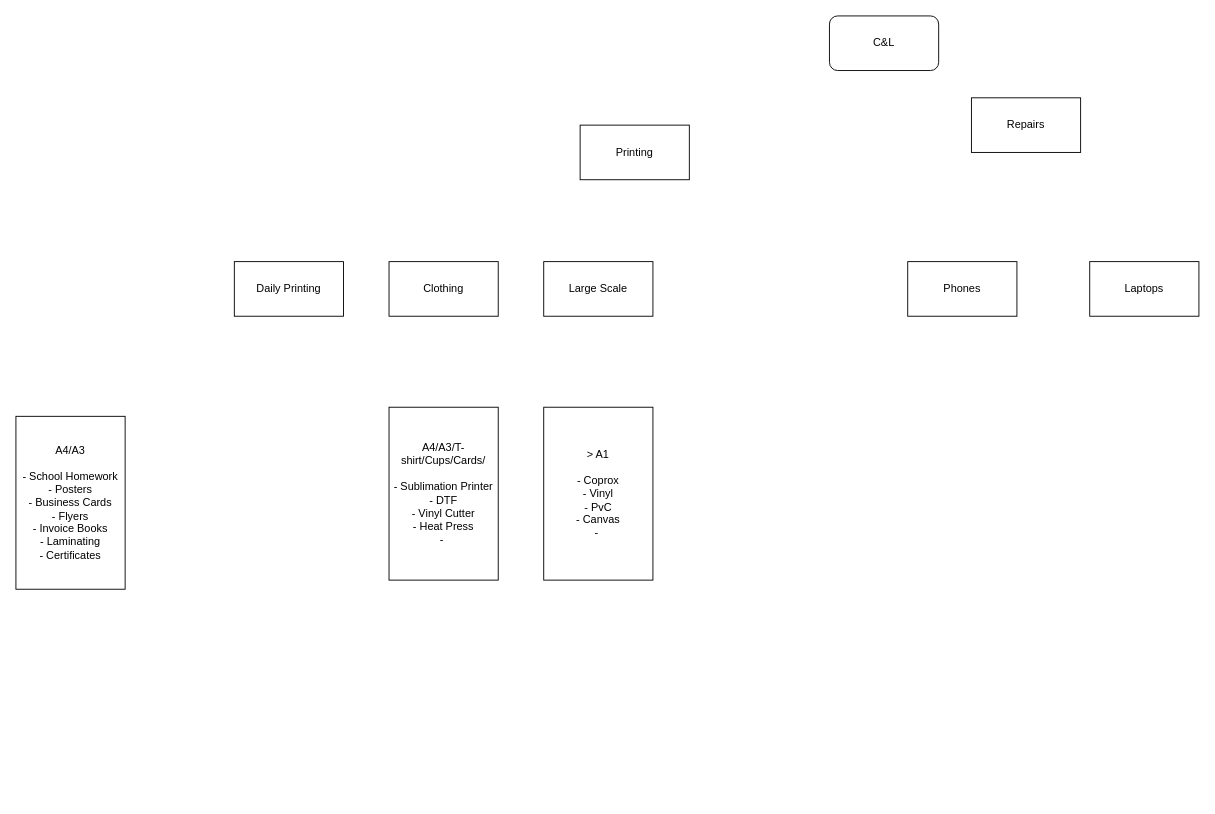
Before: Untitled Diagram.drawio in ChesterEucrine/upload, a draw.io diagram. Source tidied: cells renumbered, new cells numbered last; positions are measured from the earlier drawing's top-left corner, leaving out a move shared by most shapes. Both pictures are drawn from the tidied source at 91%, with x=0, y=0 at pixel (15, 15).
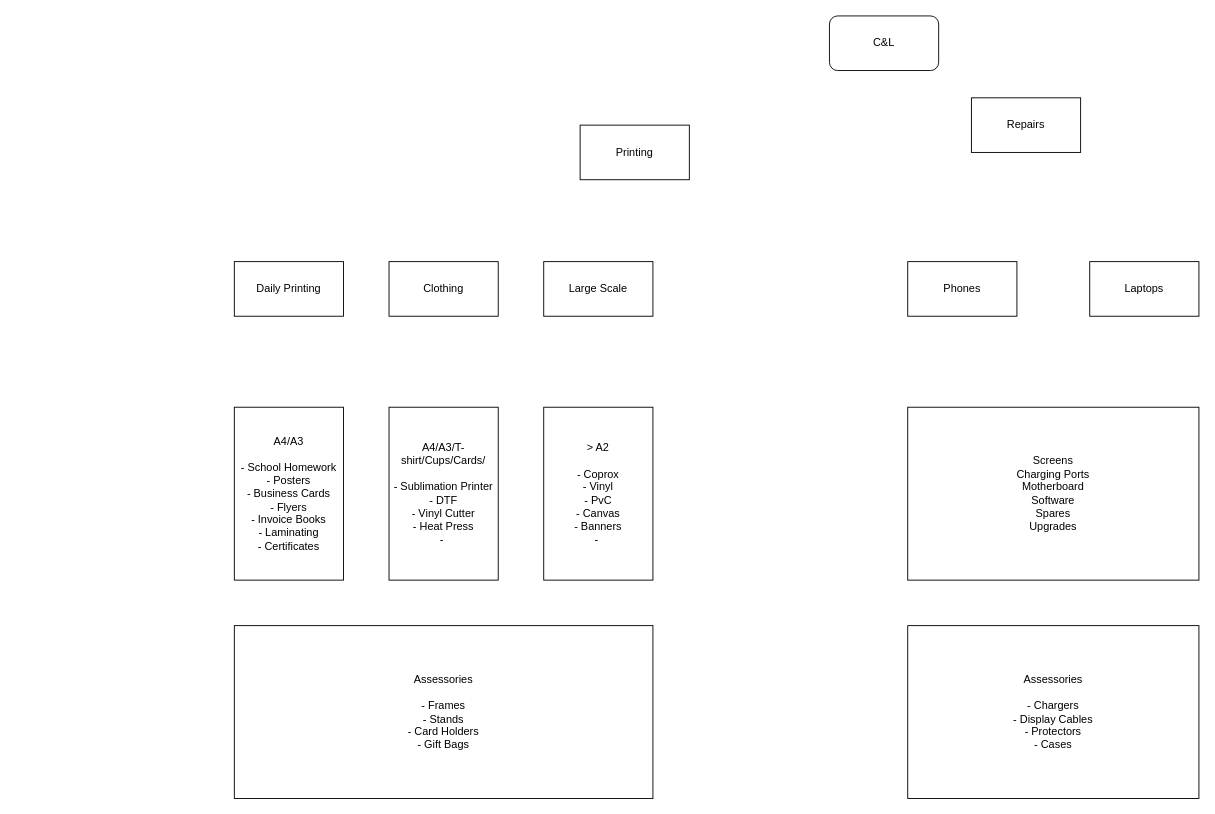
The same diagram, later.

The edit, as a diff of the source:
```diff
@@
 <mxGraphModel>
   <root>
     <mxCell id="0" />
     <mxCell id="1" parent="0" />
     <mxCell id="2" value="C&amp;amp;L" style="rounded=1;whiteSpace=wrap;html=1;" parent="1" vertex="1">
       <mxGeometry x="894" width="120" height="60" as="geometry" />
     </mxCell>
     <mxCell id="3" value="Printing" style="whiteSpace=wrap;html=1;" parent="1" vertex="1">
       <mxGeometry x="620" y="120" width="120" height="60" as="geometry" />
     </mxCell>
     <mxCell id="4" value="Repairs" style="whiteSpace=wrap;html=1;" parent="1" vertex="1">
       <mxGeometry x="1050" y="90" width="120" height="60" as="geometry" />
     </mxCell>
     <mxCell id="5" value="Daily Printing" style="whiteSpace=wrap;html=1;" parent="1" vertex="1">
       <mxGeometry x="240" y="270" width="120" height="60" as="geometry" />
     </mxCell>
     <mxCell id="6" value="Large Scale" style="whiteSpace=wrap;html=1;" parent="1" vertex="1">
       <mxGeometry x="580" y="270" width="120" height="60" as="geometry" />
     </mxCell>
     <mxCell id="7" value="Clothing" style="whiteSpace=wrap;html=1;" parent="1" vertex="1">
       <mxGeometry x="410" y="270" width="120" height="60" as="geometry" />
     </mxCell>
     <mxCell id="8" value="Phones" style="whiteSpace=wrap;html=1;" parent="1" vertex="1">
       <mxGeometry x="980" y="270" width="120" height="60" as="geometry" />
     </mxCell>
     <mxCell id="9" value="Laptops" style="whiteSpace=wrap;html=1;" parent="1" vertex="1">
       <mxGeometry x="1180" y="270" width="120" height="60" as="geometry" />
     </mxCell>
     <mxCell id="10" value="A4/A3&lt;div&gt;&lt;br&gt;&lt;/div&gt;&lt;div&gt;- School Homework&lt;/div&gt;&lt;div&gt;- Posters&lt;/div&gt;&lt;div&gt;- Business Cards&lt;/div&gt;&lt;div&gt;- Flyers&lt;/div&gt;&lt;div&gt;- Invoice Books&lt;/div&gt;&lt;div&gt;- Laminating&lt;/div&gt;&lt;div&gt;- Certificates&lt;/div&gt;" style="whiteSpace=wrap;html=1;" parent="1" vertex="1">
-      <mxGeometry y="440" width="120" height="190" as="geometry" />
+      <mxGeometry x="240" y="430" width="120" height="190" as="geometry" />
     </mxCell>
     <mxCell id="11" value="A4/A3/T-shirt/Cups/Cards/&lt;div&gt;&lt;br&gt;&lt;/div&gt;&lt;div&gt;- Sublimation Printer&lt;/div&gt;&lt;div&gt;- DTF&lt;/div&gt;&lt;div&gt;- Vinyl Cutter&lt;/div&gt;&lt;div&gt;- Heat Press&lt;/div&gt;&lt;div&gt;-&amp;nbsp;&lt;/div&gt;" style="whiteSpace=wrap;html=1;" parent="1" vertex="1">
       <mxGeometry x="410" y="430" width="120" height="190" as="geometry" />
     </mxCell>
-    <mxCell id="12" value="&amp;gt; A1&lt;div&gt;&lt;br&gt;&lt;/div&gt;&lt;div&gt;- Coprox&lt;/div&gt;&lt;div&gt;- Vinyl&lt;/div&gt;&lt;div&gt;- PvC&lt;/div&gt;&lt;div&gt;- Canvas&lt;/div&gt;&lt;div&gt;-&amp;nbsp;&lt;/div&gt;" style="whiteSpace=wrap;html=1;" parent="1" vertex="1">
+    <mxCell id="12" value="&amp;gt; A2&lt;div&gt;&lt;br&gt;&lt;/div&gt;&lt;div&gt;- Coprox&lt;/div&gt;&lt;div&gt;- Vinyl&lt;/div&gt;&lt;div&gt;- PvC&lt;/div&gt;&lt;div&gt;- Canvas&lt;/div&gt;&lt;div&gt;- Banners&lt;/div&gt;&lt;div&gt;-&amp;nbsp;&lt;/div&gt;" style="whiteSpace=wrap;html=1;" parent="1" vertex="1">
       <mxGeometry x="580" y="430" width="120" height="190" as="geometry" />
     </mxCell>
+    <mxCell id="13" value="Screens&lt;br&gt;Charging Ports&lt;br&gt;Motherboard&lt;br&gt;Software&lt;div&gt;Spares&lt;/div&gt;&lt;div&gt;Upgrades&lt;/div&gt;" style="whiteSpace=wrap;html=1;" parent="1" vertex="1">
+      <mxGeometry x="980" y="430" width="320" height="190" as="geometry" />
+    </mxCell>
+    <mxCell id="14" value="Assessories&lt;div&gt;&lt;br&gt;&lt;/div&gt;&lt;div&gt;- Frames&lt;/div&gt;&lt;div&gt;- Stands&lt;/div&gt;&lt;div&gt;- Card Holders&lt;/div&gt;&lt;div&gt;- Gift Bags&lt;/div&gt;" style="whiteSpace=wrap;html=1;" parent="1" vertex="1">
+      <mxGeometry x="240" y="670" width="460" height="190" as="geometry" />
+    </mxCell>
+    <mxCell id="15" value="Assessories&lt;div&gt;&lt;br&gt;&lt;/div&gt;&lt;div&gt;- Chargers&lt;/div&gt;&lt;div&gt;- Display Cables&lt;/div&gt;&lt;div&gt;- Protectors&lt;/div&gt;&lt;div&gt;- Cases&lt;/div&gt;" style="whiteSpace=wrap;html=1;" parent="1" vertex="1">
+      <mxGeometry x="980" y="670" width="320" height="190" as="geometry" />
+    </mxCell>
   </root>
 </mxGraphModel>
```
